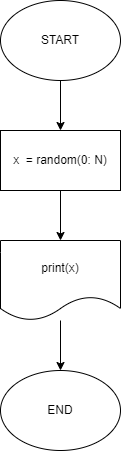
Earlier version of the draw.io export ex000.drawio.png (Vangogh911/practice_temp). Source tidied: cells renumbered, new cells last; positions are measured from the earlier drawing's top-left corner, leaving out a move shared by most shapes.
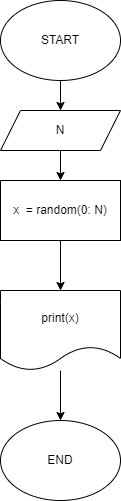
After the change.

The edit, as a diff of the source:
```diff
@@ -2,11 +2,11 @@
   <root>
     <mxCell id="0" />
     <mxCell id="1" parent="0" />
-    <mxCell id="2" style="edgeStyle=none;html=1;" parent="1" edge="1" source="3" target="5">
-      <mxGeometry relative="1" as="geometry" />
-    </mxCell>
+    <mxCell id="9" style="edgeStyle=none;html=1;" parent="1" edge="1" source="3" target="11">
+      <mxGeometry relative="1" as="geometry" />
+    </mxCell>
     <mxCell id="3" value="START" style="ellipse;whiteSpace=wrap;html=1;" parent="1" vertex="1">
-      <mxGeometry width="120" height="80" as="geometry" />
+      <mxGeometry y="-50" width="120" height="80" as="geometry" />
     </mxCell>
     <mxCell id="4" style="edgeStyle=none;html=1;" parent="1" edge="1" source="5" target="7">
       <mxGeometry relative="1" as="geometry" />
@@ -23,5 +23,11 @@
     <mxCell id="8" value="END" style="ellipse;whiteSpace=wrap;html=1;" parent="1" vertex="1">
       <mxGeometry y="370" width="120" height="80" as="geometry" />
     </mxCell>
+    <mxCell id="10" style="edgeStyle=none;html=1;" parent="1" edge="1" source="11" target="5">
+      <mxGeometry relative="1" as="geometry" />
+    </mxCell>
+    <mxCell id="11" value="N" style="shape=parallelogram;perimeter=parallelogramPerimeter;whiteSpace=wrap;html=1;fixedSize=1;" parent="1" vertex="1">
+      <mxGeometry y="60" width="120" height="40" as="geometry" />
+    </mxCell>
   </root>
 </mxGraphModel>
```
